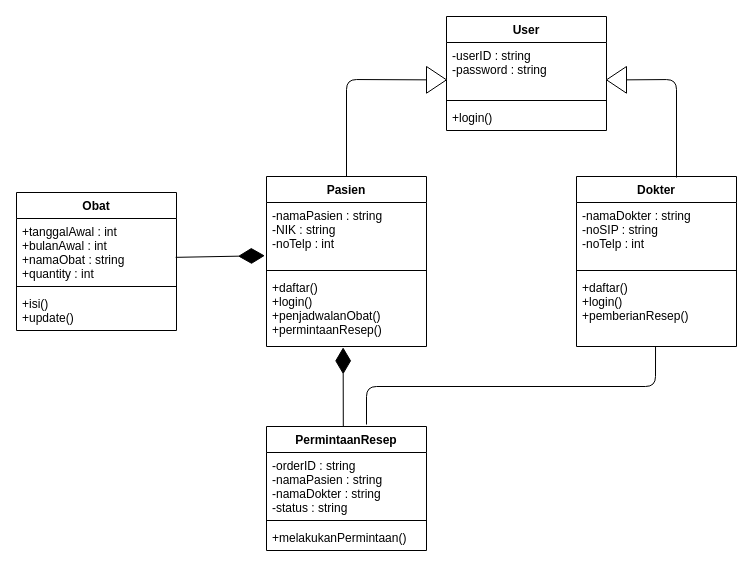
The draw.io diagram class diagram.drawio in WidadAbida/Praktikum-PPL, before the edit. Source tidied: cells renumbered, new cells numbered last; positions are measured from the earlier drawing's top-left corner, leaving out a move shared by most shapes. Both pictures are drawn from the tidied source at 100%, with x=0, y=0 at pixel (16, 16).
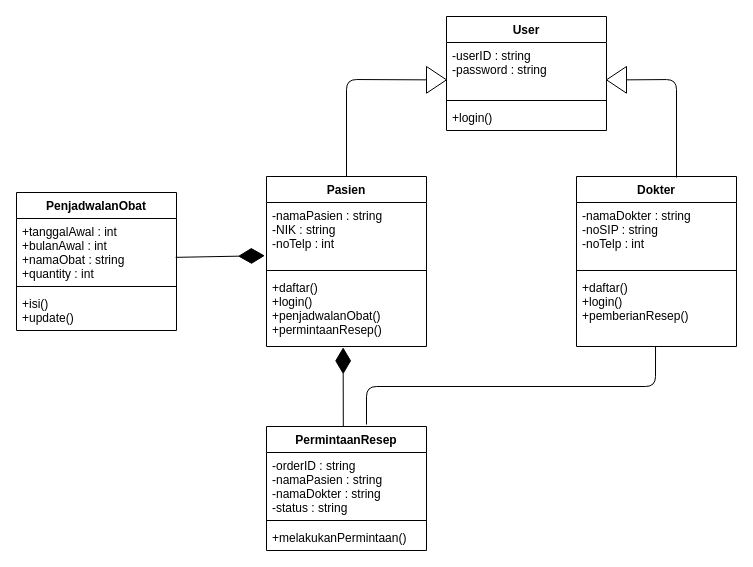
The same diagram, later.

What changed in the source:
```diff
@@
-    <mxCell id="19" value="Obat" style="swimlane;fontStyle=1;align=center;verticalAlign=top;horizontal=1;startSize=26;" parent="1" vertex="1">
+    <mxCell id="19" value="PenjadwalanObat" style="swimlane;fontStyle=1;align=center;verticalAlign=top;horizontal=1;startSize=26;" parent="1" vertex="1">
       <mxGeometry y="176" width="160" height="138" as="geometry" />
     </mxCell>
```
